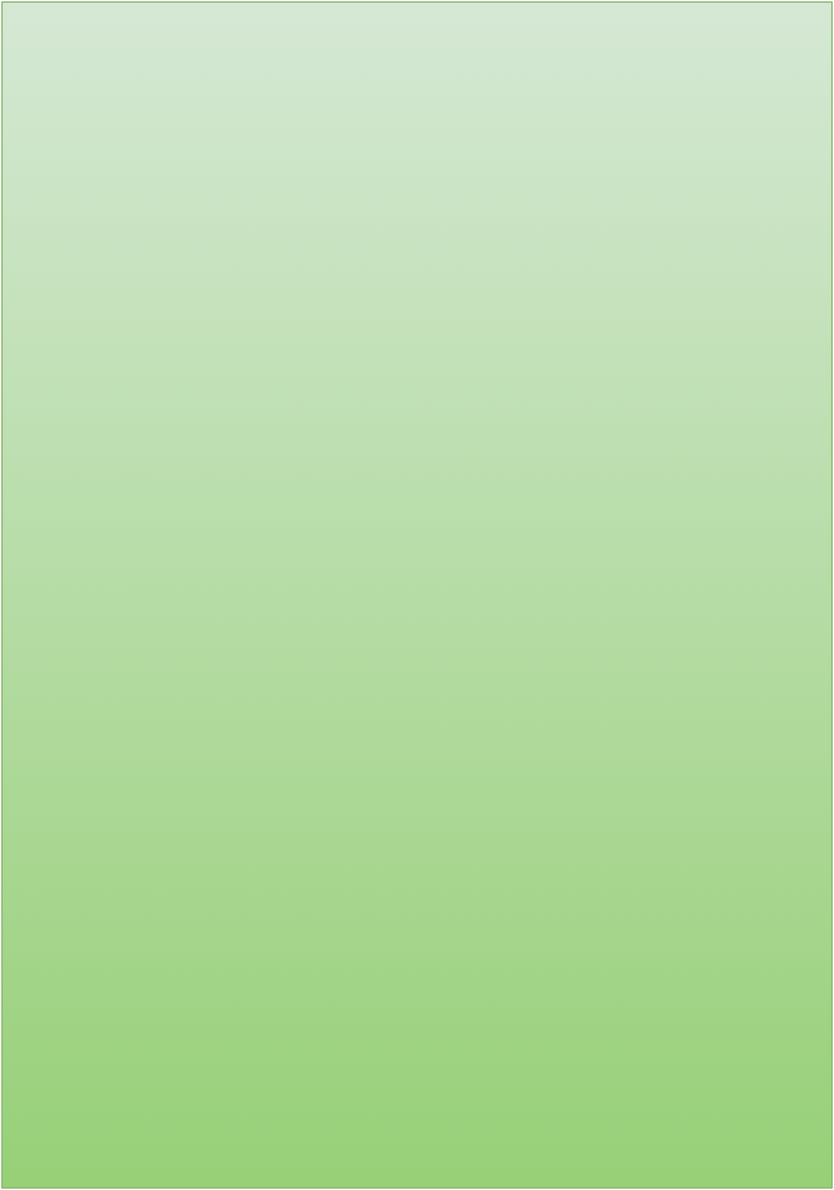
This is installimage-workflow.svg from virtapi/installimage, a draw.io export, as it was before one commit. Source tidied: cells renumbered, new cells last; positions are measured from the earlier drawing's top-left corner, leaving out a move shared by most shapes. Its diagram source:
```xml
<mxGraphModel background="#ffffff">
  <root>
    <mxCell id="0" />
    <mxCell id="1" parent="0" />
    <mxCell id="2" style="whiteSpace=wrap;html=1;plain-green;" parent="1" vertex="1">
      <mxGeometry width="630" height="900" as="geometry" />
    </mxCell>
  </root>
</mxGraphModel>
```
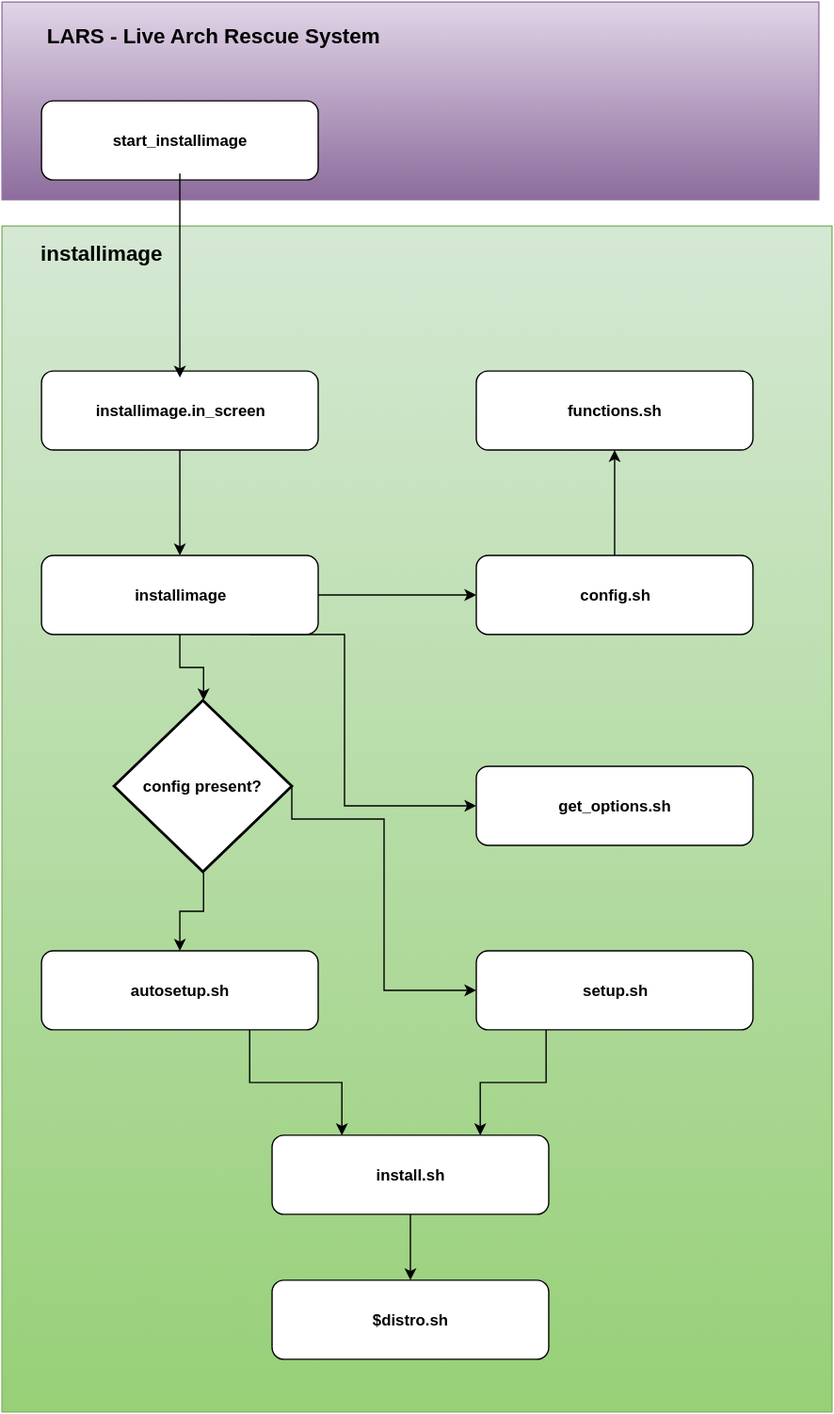
After the change.

Diff of the diagram source:
```diff
@@ -2,8 +2,97 @@
   <root>
     <mxCell id="0" />
     <mxCell id="1" parent="0" />
+    <mxCell id="3" style="whiteSpace=wrap;html=1;plain-purple;" parent="1" vertex="1">
+      <mxGeometry y="-170" width="620" height="150" as="geometry" />
+    </mxCell>
+    <mxCell id="4" value="&lt;b&gt;&lt;font style=&quot;font-size: 16px&quot;&gt;LARS - Live Arch Rescue System&lt;/font&gt;&lt;/b&gt;" style="text;html=1;strokeColor=none;fillColor=none;align=center;verticalAlign=middle;whiteSpace=wrap;overflow=hidden;" parent="1" vertex="1">
+      <mxGeometry y="-170" width="320" height="50" as="geometry" />
+    </mxCell>
+    <mxCell id="5" value="&lt;b&gt;start_installimage&lt;/b&gt;" style="rounded=1;whiteSpace=wrap;html=1;" parent="1" vertex="1">
+      <mxGeometry x="30" y="-95" width="210" height="60" as="geometry" />
+    </mxCell>
     <mxCell id="2" style="whiteSpace=wrap;html=1;plain-green;" parent="1" vertex="1">
       <mxGeometry width="630" height="900" as="geometry" />
     </mxCell>
+    <mxCell id="6" style="edgeStyle=orthogonalEdgeStyle;rounded=0;html=1;exitX=0.5;exitY=1;jettySize=auto;" parent="1" edge="1" source="7" target="12">
+      <mxGeometry relative="1" as="geometry" />
+    </mxCell>
+    <mxCell id="7" value="&lt;b&gt;installimage.in_screen&lt;/b&gt;" style="rounded=1;whiteSpace=wrap;html=1;" parent="1" vertex="1">
+      <mxGeometry x="30" y="110" width="210" height="60" as="geometry" />
+    </mxCell>
+    <mxCell id="8" value="&lt;b&gt;&lt;font style=&quot;font-size: 16px&quot;&gt;installimage&lt;/font&gt;&lt;/b&gt;" style="text;html=1;strokeColor=none;fillColor=none;align=center;verticalAlign=middle;whiteSpace=wrap;overflow=hidden;" parent="1" vertex="1">
+      <mxGeometry x="10" width="130" height="40" as="geometry" />
+    </mxCell>
+    <mxCell id="9" style="edgeStyle=orthogonalEdgeStyle;rounded=0;html=1;exitX=1;exitY=0.5;jettySize=auto;" parent="1" edge="1" source="12" target="15">
+      <mxGeometry relative="1" as="geometry" />
+    </mxCell>
+    <mxCell id="10" style="edgeStyle=orthogonalEdgeStyle;rounded=0;html=1;exitX=0.75;exitY=1;entryX=0;entryY=0.5;jettySize=auto;" parent="1" edge="1" source="12" target="17">
+      <mxGeometry relative="1" as="geometry">
+        <Array as="points">
+          <mxPoint x="260" y="310" />
+          <mxPoint x="260" y="440" />
+        </Array>
+      </mxGeometry>
+    </mxCell>
+    <mxCell id="11" style="edgeStyle=orthogonalEdgeStyle;rounded=0;html=1;exitX=0.5;exitY=1;jettySize=auto;" parent="1" edge="1" source="12" target="22">
+      <mxGeometry relative="1" as="geometry" />
+    </mxCell>
+    <mxCell id="12" value="&lt;b&gt;installimage&lt;/b&gt;" style="rounded=1;whiteSpace=wrap;html=1;" parent="1" vertex="1">
+      <mxGeometry x="30" y="250" width="210" height="60" as="geometry" />
+    </mxCell>
+    <mxCell id="13" style="edgeStyle=orthogonalEdgeStyle;rounded=0;html=1;exitX=0.5;exitY=1;entryX=0.5;entryY=0;jettySize=auto;orthogonalLoop=1;" parent="1" edge="1">
+      <mxGeometry relative="1" as="geometry">
+        <mxPoint x="135" y="-40" as="sourcePoint" />
+        <mxPoint x="135" y="115" as="targetPoint" />
+      </mxGeometry>
+    </mxCell>
+    <mxCell id="14" style="edgeStyle=orthogonalEdgeStyle;rounded=0;html=1;exitX=0.5;exitY=0;entryX=0.5;entryY=1;jettySize=auto;" parent="1" edge="1" source="15" target="16">
+      <mxGeometry relative="1" as="geometry" />
+    </mxCell>
+    <mxCell id="15" value="&lt;b&gt;config.sh&lt;/b&gt;" style="rounded=1;whiteSpace=wrap;html=1;" parent="1" vertex="1">
+      <mxGeometry x="360" y="250" width="210" height="60" as="geometry" />
+    </mxCell>
+    <mxCell id="16" value="&lt;b&gt;functions.sh&lt;/b&gt;" style="rounded=1;whiteSpace=wrap;html=1;" parent="1" vertex="1">
+      <mxGeometry x="360" y="110" width="210" height="60" as="geometry" />
+    </mxCell>
+    <mxCell id="17" value="&lt;b&gt;get_options.sh&lt;/b&gt;" style="rounded=1;whiteSpace=wrap;html=1;" parent="1" vertex="1">
+      <mxGeometry x="360" y="410" width="210" height="60" as="geometry" />
+    </mxCell>
+    <mxCell id="18" style="edgeStyle=orthogonalEdgeStyle;rounded=0;html=1;exitX=0.25;exitY=1;entryX=0.75;entryY=0;jettySize=auto;" parent="1" edge="1" source="19" target="26">
+      <mxGeometry relative="1" as="geometry" />
+    </mxCell>
+    <mxCell id="19" value="&lt;b&gt;setup.sh&lt;/b&gt;" style="rounded=1;whiteSpace=wrap;html=1;" parent="1" vertex="1">
+      <mxGeometry x="360" y="550" width="210" height="60" as="geometry" />
+    </mxCell>
+    <mxCell id="20" style="edgeStyle=orthogonalEdgeStyle;rounded=0;html=1;exitX=0.5;exitY=1;exitPerimeter=0;jettySize=auto;" parent="1" edge="1" source="22" target="24">
+      <mxGeometry relative="1" as="geometry" />
+    </mxCell>
+    <mxCell id="21" style="edgeStyle=orthogonalEdgeStyle;rounded=0;html=1;exitX=1;exitY=0.5;exitPerimeter=0;entryX=0;entryY=0.5;jettySize=auto;" parent="1" edge="1" source="22" target="19">
+      <mxGeometry relative="1" as="geometry">
+        <Array as="points">
+          <mxPoint x="220" y="450" />
+          <mxPoint x="290" y="450" />
+          <mxPoint x="290" y="580" />
+        </Array>
+      </mxGeometry>
+    </mxCell>
+    <mxCell id="22" value="&lt;b&gt;config present?&lt;/b&gt;" style="strokeWidth=2;html=1;shape=mxgraph.flowchart.decision;whiteSpace=wrap;" parent="1" vertex="1">
+      <mxGeometry x="85" y="360" width="135" height="130" as="geometry" />
+    </mxCell>
+    <mxCell id="23" style="edgeStyle=orthogonalEdgeStyle;rounded=0;html=1;exitX=0.75;exitY=1;entryX=0.25;entryY=0;jettySize=auto;" parent="1" edge="1" source="24" target="26">
+      <mxGeometry relative="1" as="geometry" />
+    </mxCell>
+    <mxCell id="24" value="&lt;b&gt;autosetup.sh&lt;/b&gt;" style="rounded=1;whiteSpace=wrap;html=1;" parent="1" vertex="1">
+      <mxGeometry x="30" y="550" width="210" height="60" as="geometry" />
+    </mxCell>
+    <mxCell id="25" style="edgeStyle=orthogonalEdgeStyle;rounded=0;html=1;exitX=0.5;exitY=1;entryX=0.5;entryY=0;jettySize=auto;" parent="1" edge="1" source="26" target="27">
+      <mxGeometry relative="1" as="geometry" />
+    </mxCell>
+    <mxCell id="26" value="&lt;b&gt;install.sh&lt;/b&gt;" style="rounded=1;whiteSpace=wrap;html=1;" parent="1" vertex="1">
+      <mxGeometry x="205" y="690" width="210" height="60" as="geometry" />
+    </mxCell>
+    <mxCell id="27" value="&lt;b&gt;$distro.sh&lt;/b&gt;" style="rounded=1;whiteSpace=wrap;html=1;" parent="1" vertex="1">
+      <mxGeometry x="205" y="800" width="210" height="60" as="geometry" />
+    </mxCell>
   </root>
 </mxGraphModel>
```
